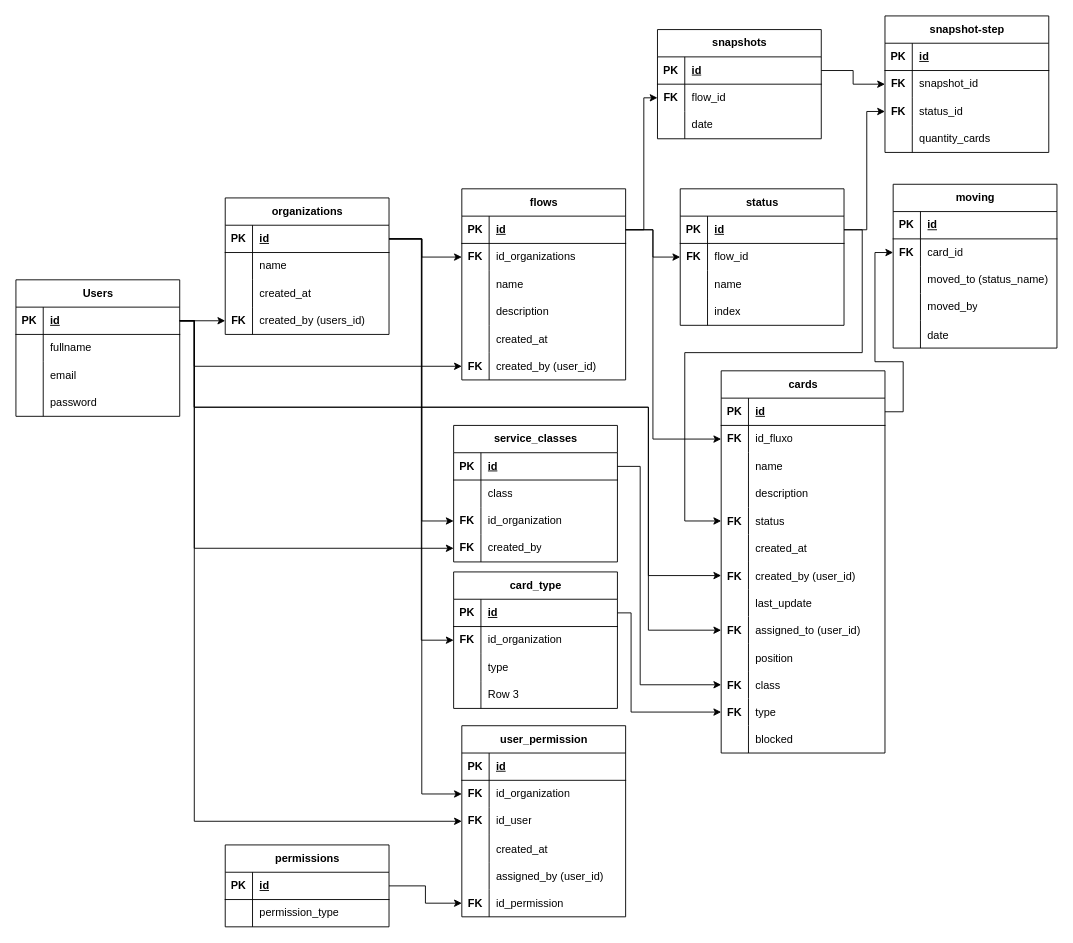
The draw.io diagram tabelas.drawio in andrechamelete/flow-management, before the edit. Source tidied: cells renumbered, new cells numbered last; positions are measured from the earlier drawing's top-left corner, leaving out a move shared by most shapes. Both pictures are drawn from the tidied source at 91%, with x=0, y=0 at pixel (15, 15).
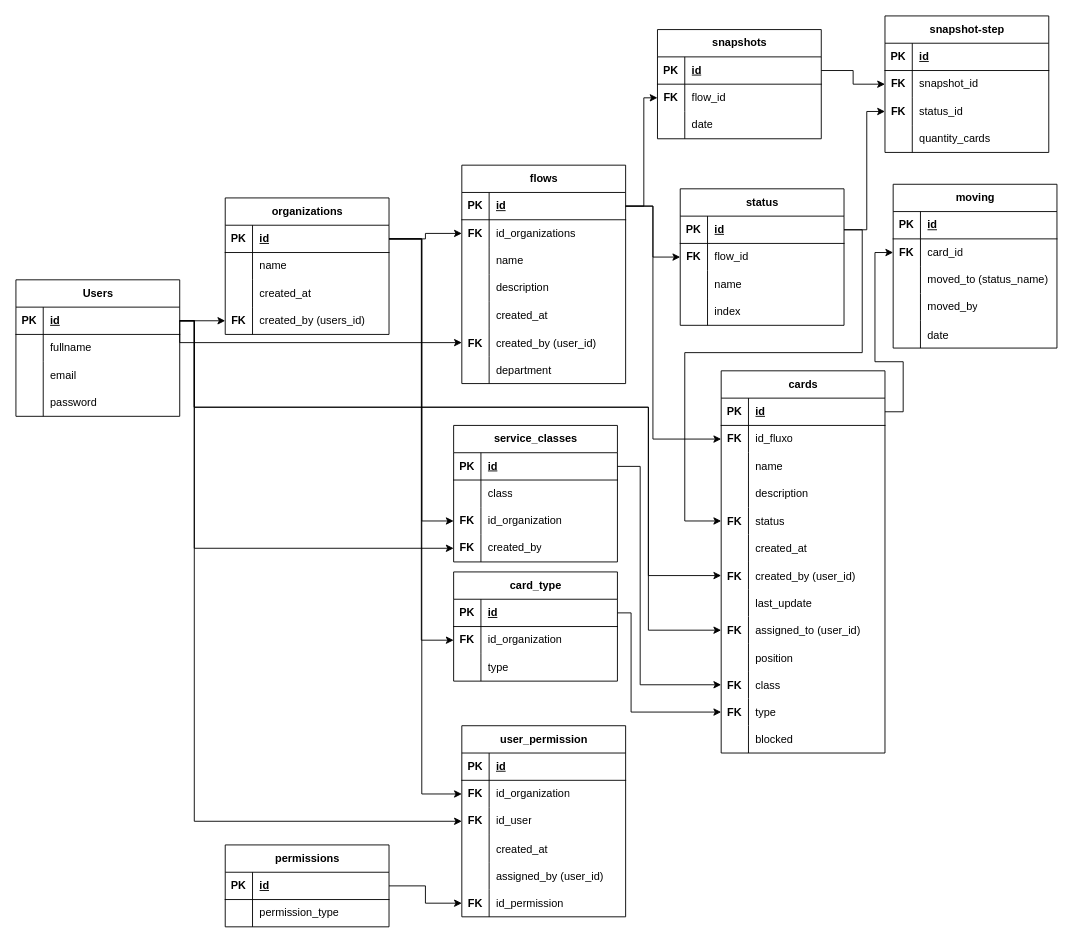
The same diagram, later.

Commit message:
improving tables schema

The change refers to these unchanged cells:
```xml
<mxCell id="3" style="shape=tableRow;horizontal=0;startSize=0;swimlaneHead=0;swimlaneBody=0;fillColor=none;points=[[0,0.5],[1,0.5]];portConstraint=eastwest;top=0;left=0;right=0;bottom=1;" parent="2" vertex="1">
  <mxGeometry y="30" width="180" height="30" as="geometry" />
</mxCell>
<mxCell id="16" style="shape=tableRow;horizontal=0;startSize=0;swimlaneHead=0;swimlaneBody=0;fillColor=none;points=[[0,0.5],[1,0.5]];portConstraint=eastwest;top=0;left=0;right=0;bottom=1;" parent="15" vertex="1">
  <mxGeometry y="30" width="180" height="30" as="geometry" />
</mxCell>
<mxCell id="29" style="shape=tableRow;horizontal=0;startSize=0;swimlaneHead=0;swimlaneBody=0;fillColor=none;points=[[0,0.5],[1,0.5]];portConstraint=eastwest;top=0;left=0;right=0;bottom=1;" parent="28" vertex="1">
  <mxGeometry y="30" width="180" height="30" as="geometry" />
</mxCell>
<mxCell id="32" style="shape=tableRow;horizontal=0;startSize=0;swimlaneHead=0;swimlaneBody=0;fillColor=none;points=[[0,0.5],[1,0.5]];portConstraint=eastwest;top=0;left=0;right=0;bottom=0;" parent="28" vertex="1">
  <mxGeometry y="60" width="180" height="30" as="geometry" />
</mxCell>
<mxCell id="44" style="shape=tableRow;horizontal=0;startSize=0;swimlaneHead=0;swimlaneBody=0;fillColor=none;points=[[0,0.5],[1,0.5]];portConstraint=eastwest;top=0;left=0;right=0;bottom=0;" parent="28" vertex="1">
  <mxGeometry y="180" width="180" height="30" as="geometry" />
</mxCell>
<mxCell id="47" style="shape=tableRow;horizontal=0;startSize=0;swimlaneHead=0;swimlaneBody=0;fillColor=none;top=0;left=0;right=0;bottom=0;" parent="1" vertex="1">
  <mxGeometry x="580" y="350" width="180" height="30" as="geometry" />
</mxCell>
<mxCell id="60" style="shape=tableRow;horizontal=0;startSize=0;swimlaneHead=0;swimlaneBody=0;fillColor=none;points=[[0,0.5],[1,0.5]];portConstraint=eastwest;top=0;left=0;right=0;bottom=0;" parent="56" vertex="1">
  <mxGeometry y="60" width="180" height="30" as="geometry" />
</mxCell>
<mxCell id="129" style="shape=tableRow;horizontal=0;startSize=0;swimlaneHead=0;swimlaneBody=0;fillColor=none;points=[[0,0.5],[1,0.5]];portConstraint=eastwest;top=0;left=0;right=0;bottom=0;" parent="125" vertex="1">
  <mxGeometry y="60" width="180" height="30" as="geometry" />
</mxCell>
```

The edit, as a diff of the source:
```diff
@@
     <mxCell id="28" value="flows" style="shape=table;startSize=30;childLayout=tableLayout;rowLines=0;fontStyle=1;align=center;html=1;" parent="1" vertex="1">
-      <mxGeometry x="490" y="190" width="180" height="210" as="geometry" />
+      <mxGeometry x="490" y="164" width="180" height="240" as="geometry" />
     </mxCell>
@@
+    <mxCell id="213" style="shape=tableRow;horizontal=0;startSize=0;swimlaneHead=0;swimlaneBody=0;fillColor=none;top=0;left=0;right=0;bottom=0;" parent="28" vertex="1">
+      <mxGeometry y="210" width="180" height="30" as="geometry" />
+    </mxCell>
+    <mxCell id="214" style="shape=partialRectangle;fillColor=none;top=0;left=0;bottom=0;right=0;overflow=hidden;fontStyle=1;" parent="213" vertex="1">
+      <mxGeometry width="30" height="30" as="geometry" />
+    </mxCell>
+    <mxCell id="215" value="department" style="shape=partialRectangle;fillColor=none;top=0;left=0;bottom=0;right=0;align=left;spacingLeft=6;overflow=hidden;" parent="213" vertex="1">
+      <mxGeometry x="30" width="150" height="30" as="geometry" />
+    </mxCell>
@@
-    <mxCell id="48" style="shape=partialRectangle;fillColor=none;top=0;left=0;bottom=0;right=0;overflow=hidden;whiteSpace=wrap;html=1;" parent="47" vertex="1">
-      <mxGeometry y="20" width="30" height="30" as="geometry" />
-    </mxCell>
@@
-    <mxCell id="135" style="edgeStyle=orthogonalEdgeStyle;rounded=0;jettySize=auto;html=1;exitX=1;exitY=0.5;exitDx=0;exitDy=0;entryX=0;entryY=0.5;entryDx=0;entryDy=0;" parent="1" edge="1" source="16" target="32">
-      <mxGeometry relative="1" as="geometry">
-        <Array as="points">
-          <mxPoint x="446" y="245" />
-          <mxPoint x="446" y="265" />
-        </Array>
-      </mxGeometry>
-    </mxCell>
@@
-    <mxCell id="137" style="edgeStyle=orthogonalEdgeStyle;rounded=0;jettySize=auto;html=1;exitX=1;exitY=0.5;exitDx=0;exitDy=0;entryX=0;entryY=0.5;entryDx=0;entryDy=0;" parent="1" edge="1" source="3" target="44">
-      <mxGeometry relative="1" as="geometry">
-        <Array as="points">
-          <mxPoint x="196" y="335" />
-          <mxPoint x="196" y="385" />
-        </Array>
-      </mxGeometry>
-    </mxCell>
@@
     <mxCell id="158" style="edgeStyle=orthogonalEdgeStyle;rounded=0;jettySize=auto;html=1;exitX=1;exitY=0.5;exitDx=0;exitDy=0;entryX=0;entryY=0.5;entryDx=0;entryDy=0;" parent="1" edge="1" source="29" target="60">
       <mxGeometry relative="1" as="geometry">
         <Array as="points">
-          <mxPoint x="700" y="235" />
+          <mxPoint x="700" y="209" />
           <mxPoint x="700" y="465" />
         </Array>
       </mxGeometry>
     </mxCell>
@@
-    <mxCell id="177" style="edgeStyle=orthogonalEdgeStyle;rounded=0;jettySize=auto;html=1;exitX=1;exitY=0.5;exitDx=0;exitDy=0;entryX=0;entryY=0.5;entryDx=0;entryDy=0;" parent="1" edge="1" source="29" target="129">
-      <mxGeometry relative="1" as="geometry">
-        <Array as="points">
-          <mxPoint x="690" y="235" />
-          <mxPoint x="690" y="90" />
-        </Array>
-      </mxGeometry>
-    </mxCell>
@@
     <mxCell id="194" value="card_type" style="shape=table;startSize=30;childLayout=tableLayout;rowLines=0;fontStyle=1;align=center;html=1;" parent="1" vertex="1">
-      <mxGeometry x="481" y="611" width="180" height="150" as="geometry" />
+      <mxGeometry x="481" y="611" width="180" height="120" as="geometry" />
     </mxCell>
@@
-    <mxCell id="204" style="shape=tableRow;horizontal=0;startSize=0;swimlaneHead=0;swimlaneBody=0;fillColor=none;top=0;left=0;right=0;bottom=0;" parent="194" vertex="1">
-      <mxGeometry y="120" width="180" height="30" as="geometry" />
-    </mxCell>
-    <mxCell id="205" style="shape=partialRectangle;fillColor=none;top=0;left=0;bottom=0;right=0;overflow=hidden;whiteSpace=wrap;html=1;" parent="204" vertex="1">
-      <mxGeometry width="30" height="30" as="geometry" />
-    </mxCell>
-    <mxCell id="206" value="Row 3" style="shape=partialRectangle;fillColor=none;top=0;left=0;bottom=0;right=0;align=left;spacingLeft=6;overflow=hidden;whiteSpace=wrap;html=1;" parent="204" vertex="1">
-      <mxGeometry x="30" width="150" height="30" as="geometry" />
-    </mxCell>
@@
+    <mxCell id="137" style="edgeStyle=orthogonalEdgeStyle;rounded=0;jettySize=auto;html=1;exitX=1;exitY=0.5;exitDx=0;exitDy=0;entryX=0;entryY=0.5;entryDx=0;entryDy=0;" parent="1" edge="1" source="3" target="44">
+      <mxGeometry relative="1" as="geometry">
+        <Array as="points">
+          <mxPoint x="180" y="359" />
+        </Array>
+      </mxGeometry>
+    </mxCell>
+    <mxCell id="135" style="edgeStyle=orthogonalEdgeStyle;rounded=0;jettySize=auto;html=1;exitX=1;exitY=0.5;exitDx=0;exitDy=0;entryX=0;entryY=0.5;entryDx=0;entryDy=0;" parent="1" edge="1" source="16" target="32">
+      <mxGeometry relative="1" as="geometry" />
+    </mxCell>
+    <mxCell id="177" style="edgeStyle=orthogonalEdgeStyle;rounded=0;jettySize=auto;html=1;exitX=1;exitY=0.5;exitDx=0;exitDy=0;entryX=0;entryY=0.5;entryDx=0;entryDy=0;" parent="1" edge="1" source="29" target="129">
+      <mxGeometry relative="1" as="geometry">
+        <Array as="points">
+          <mxPoint x="690" y="209" />
+          <mxPoint x="690" y="90" />
+        </Array>
+      </mxGeometry>
+    </mxCell>
```
